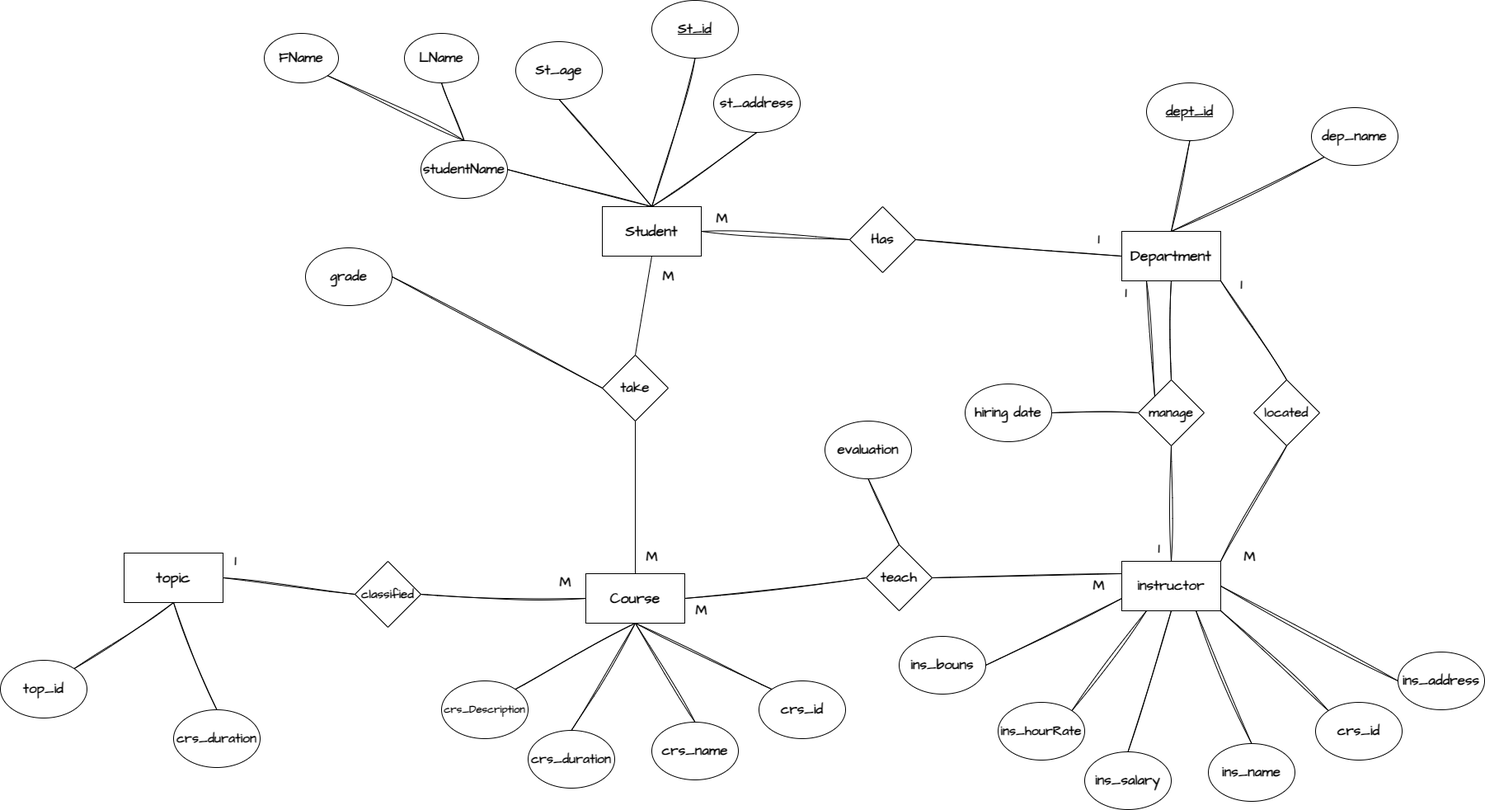
Above: ERDs/Erd1.png in you22ef/ERDs (draw.io), before the change. Source tidied: cells renumbered, new cells last; positions are measured from the earlier drawing's top-left corner, leaving out a move shared by most shapes.
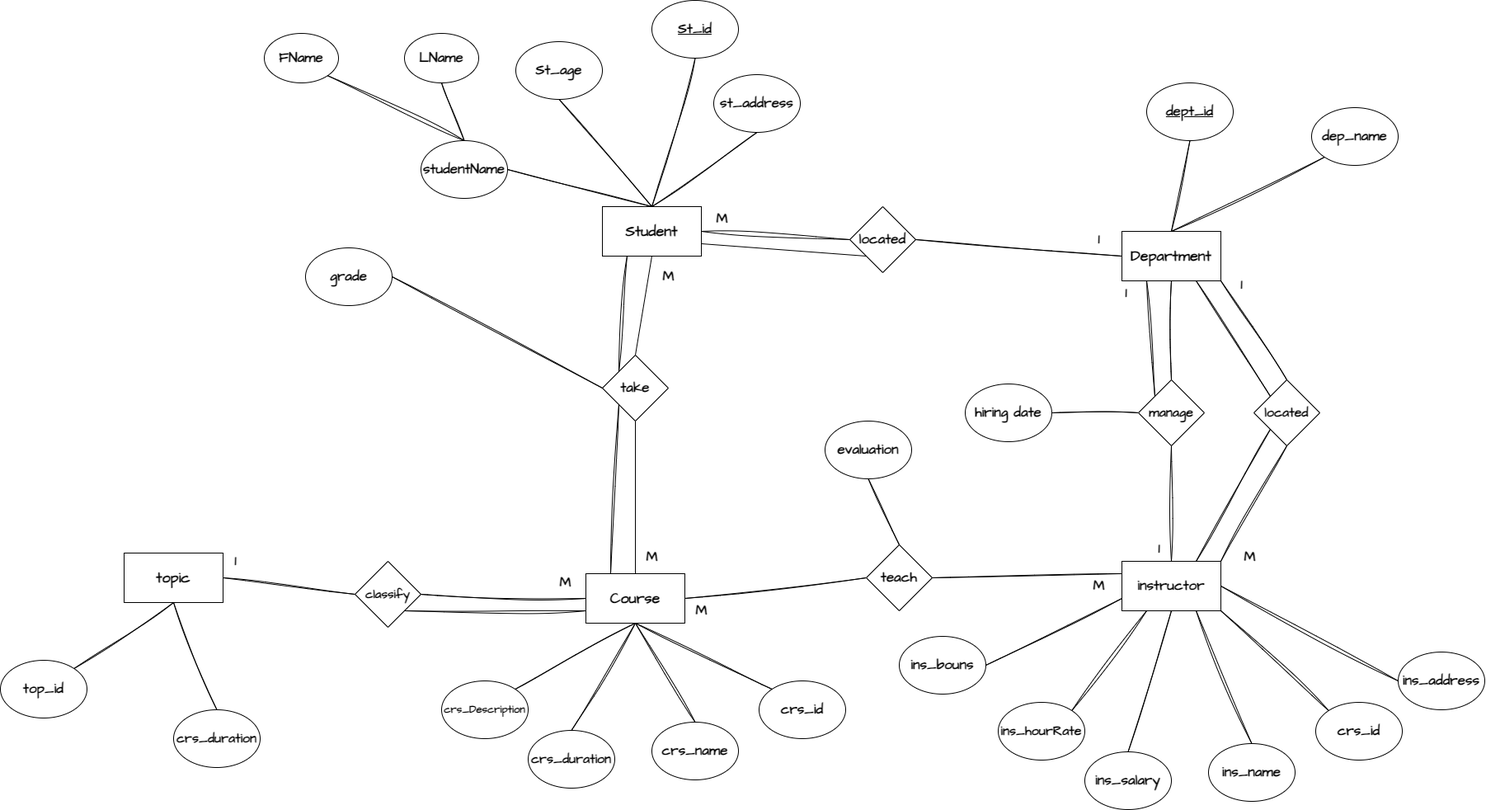
Above is the later version.

The edit, as a diff of the source:
```diff
@@ -181,7 +181,7 @@
     <mxCell id="60" style="endArrow=none;html=1;rounded=0;entryX=0.5;entryY=1;entryDx=0;entryDy=0;exitX=1;exitY=0;exitDx=0;exitDy=0;sketch=1;curveFitting=1;jiggle=2;" parent="1" edge="1" source="58" target="56">
       <mxGeometry relative="1" as="geometry" />
     </mxCell>
-    <mxCell id="61" value="&lt;font size=&quot;1&quot; face=&quot;Architects Daughter&quot; style=&quot;&quot;&gt;&lt;b style=&quot;font-size: 15px;&quot;&gt;classified&lt;/b&gt;&lt;/font&gt;" style="rhombus;whiteSpace=wrap;html=1;" parent="1" vertex="1">
+    <mxCell id="61" value="&lt;font size=&quot;1&quot; face=&quot;Architects Daughter&quot; style=&quot;&quot;&gt;&lt;b style=&quot;font-size: 15px;&quot;&gt;classify&lt;/b&gt;&lt;/font&gt;" style="rhombus;whiteSpace=wrap;html=1;" parent="1" vertex="1">
       <mxGeometry x="430" y="680" width="80" height="80" as="geometry" />
     </mxCell>
     <mxCell id="62" style="endArrow=none;html=1;rounded=0;entryX=0;entryY=0.5;entryDx=0;entryDy=0;exitX=1;exitY=0.5;exitDx=0;exitDy=0;sketch=1;curveFitting=1;jiggle=2;" parent="1" edge="1" source="61" target="20">
@@ -235,7 +235,7 @@
     <mxCell id="78" value="&lt;font size=&quot;1&quot; style=&quot;&quot; face=&quot;Architects Daughter&quot;&gt;&lt;b style=&quot;font-size: 17px;&quot;&gt;M&lt;/b&gt;&lt;/font&gt;" style="text;html=1;align=center;verticalAlign=middle;strokeColor=none;fillColor=none;" parent="1" vertex="1">
       <mxGeometry x="665" y="691" width="40" height="30" as="geometry" />
     </mxCell>
-    <mxCell id="79" value="&lt;font face=&quot;Architects Daughter&quot; style=&quot;font-size: 17px;&quot;&gt;&lt;b&gt;Has&lt;/b&gt;&lt;/font&gt;" style="rhombus;whiteSpace=wrap;html=1;" parent="1" vertex="1">
+    <mxCell id="79" value="&lt;font face=&quot;Architects Daughter&quot; style=&quot;font-size: 17px;&quot;&gt;&lt;b&gt;located&lt;/b&gt;&lt;/font&gt;" style="rhombus;whiteSpace=wrap;html=1;" parent="1" vertex="1">
       <mxGeometry x="1030" y="250" width="80" height="80" as="geometry" />
     </mxCell>
     <mxCell id="80" style="endArrow=none;html=1;rounded=0;entryX=0;entryY=0.5;entryDx=0;entryDy=0;exitX=1;exitY=0.5;exitDx=0;exitDy=0;sketch=1;curveFitting=1;jiggle=2;" parent="1" edge="1" source="2" target="79">
@@ -250,5 +250,23 @@
     <mxCell id="83" value="&lt;font size=&quot;1&quot; style=&quot;&quot; face=&quot;Architects Daughter&quot;&gt;&lt;b style=&quot;font-size: 17px;&quot;&gt;1&lt;/b&gt;&lt;/font&gt;" style="text;html=1;align=center;verticalAlign=middle;strokeColor=none;fillColor=none;" parent="1" vertex="1">
       <mxGeometry x="1317" y="275" width="30" height="30" as="geometry" />
     </mxCell>
+    <mxCell id="84" style="endArrow=none;html=1;rounded=0;entryX=1;entryY=0.75;entryDx=0;entryDy=0;exitX=0;exitY=1;exitDx=0;exitDy=0;" parent="1" edge="1" source="79" target="2">
+      <mxGeometry relative="1" as="geometry" />
+    </mxCell>
+    <mxCell id="85" style="endArrow=none;html=1;rounded=0;entryX=0;entryY=1;entryDx=0;entryDy=0;exitX=0.75;exitY=0;exitDx=0;exitDy=0;sketch=1;curveFitting=1;jiggle=2;" parent="1" edge="1" source="34" target="68">
+      <mxGeometry relative="1" as="geometry" />
+    </mxCell>
+    <mxCell id="86" style="endArrow=none;html=1;rounded=0;entryX=0.75;entryY=1;entryDx=0;entryDy=0;exitX=0;exitY=0;exitDx=0;exitDy=0;sketch=1;curveFitting=1;jiggle=2;" parent="1" edge="1" source="68" target="3">
+      <mxGeometry relative="1" as="geometry" />
+    </mxCell>
+    <mxCell id="87" style="endArrow=none;html=1;rounded=0;entryX=0;entryY=0.75;entryDx=0;entryDy=0;exitX=1;exitY=1;exitDx=0;exitDy=0;sketch=1;curveFitting=1;jiggle=2;" parent="1" edge="1" source="61" target="20">
+      <mxGeometry relative="1" as="geometry" />
+    </mxCell>
+    <mxCell id="88" style="endArrow=none;html=1;rounded=0;entryX=0.25;entryY=1;entryDx=0;entryDy=0;exitX=0;exitY=0;exitDx=0;exitDy=0;sketch=1;curveFitting=1;jiggle=2;" parent="1" edge="1" source="29" target="2">
+      <mxGeometry relative="1" as="geometry" />
+    </mxCell>
+    <mxCell id="89" style="endArrow=none;html=1;rounded=0;entryX=0;entryY=1;entryDx=0;entryDy=0;exitX=0.25;exitY=0;exitDx=0;exitDy=0;sketch=1;curveFitting=1;jiggle=2;" parent="1" edge="1" source="20" target="29">
+      <mxGeometry relative="1" as="geometry" />
+    </mxCell>
   </root>
 </mxGraphModel>
```
